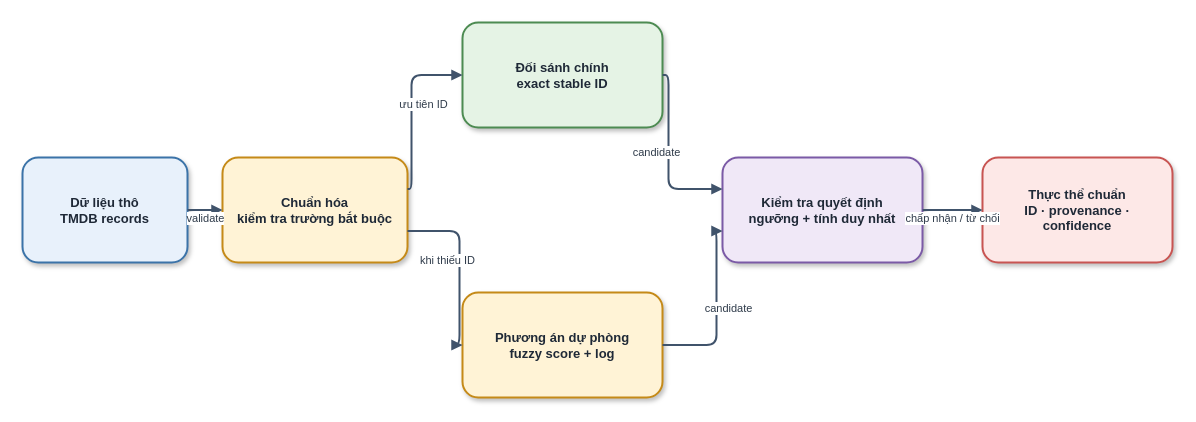
This is report_latex/images/sources/entity_resolution_flow.drawio from khanhhk/advanced_database, a draw.io file, before an edit. Source tidied: cells renumbered, new cells numbered last; positions are measured from the earlier drawing's top-left corner, leaving out a move shared by most shapes. Both pictures are drawn from the tidied source at 100%, with x=0, y=0 at pixel (22, 22).
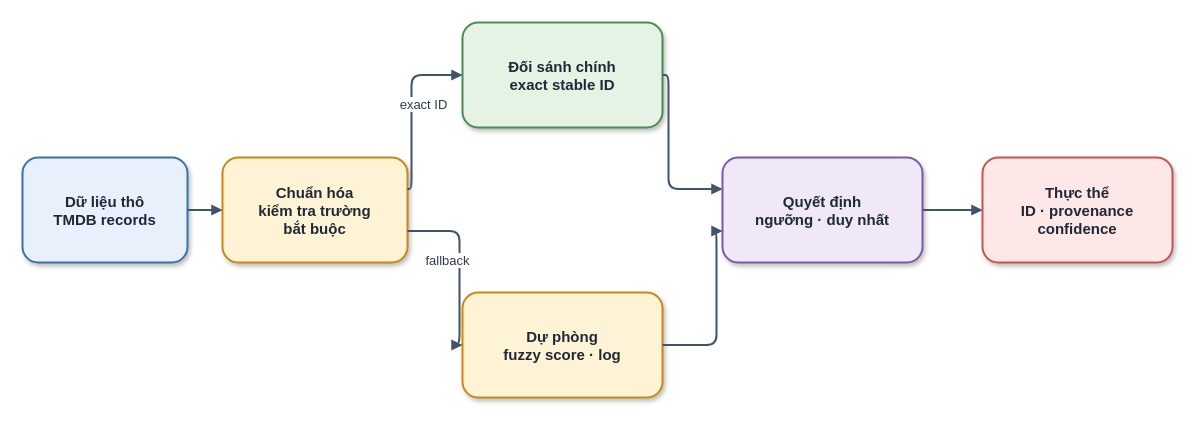
After the change.

Diff of the diagram source:
```diff
@@
-    <mxCell id="2" value="Dữ liệu thô&#10;TMDB records" style="rounded=1;whiteSpace=wrap;html=1;fillColor=#E8F1FB;strokeColor=#3B73A8;strokeWidth=2;fontSize=13;fontColor=#1F2937;fontStyle=1;spacing=8;shadow=1;" parent="1" vertex="1">
+    <mxCell id="2" value="Dữ liệu thô&#10;TMDB records" style="rounded=1;whiteSpace=wrap;html=1;fillColor=#E8F1FB;strokeColor=#3B73A8;strokeWidth=2;fontSize=15;fontColor=#1F2937;fontStyle=1;spacing=8;shadow=1;" parent="1" vertex="1">
       <mxGeometry y="135" width="165" height="105" as="geometry" />
     </mxCell>
-    <mxCell id="3" value="Chuẩn hóa&#10;kiểm tra trường bắt buộc" style="rounded=1;whiteSpace=wrap;html=1;fillColor=#FFF3D6;strokeColor=#C58A18;strokeWidth=2;fontSize=13;fontColor=#1F2937;fontStyle=1;spacing=8;shadow=1;" parent="1" vertex="1">
+    <mxCell id="3" value="Chuẩn hóa&#10;kiểm tra trường&#10;bắt buộc" style="rounded=1;whiteSpace=wrap;html=1;fillColor=#FFF3D6;strokeColor=#C58A18;strokeWidth=2;fontSize=15;fontColor=#1F2937;fontStyle=1;spacing=8;shadow=1;" parent="1" vertex="1">
       <mxGeometry x="200" y="135" width="185" height="105" as="geometry" />
     </mxCell>
-    <mxCell id="4" value="Đối sánh chính&#10;exact stable ID" style="rounded=1;whiteSpace=wrap;html=1;fillColor=#E5F3E5;strokeColor=#4D8B52;strokeWidth=2;fontSize=13;fontColor=#1F2937;fontStyle=1;spacing=8;shadow=1;" parent="1" vertex="1">
+    <mxCell id="4" value="Đối sánh chính&#10;exact stable ID" style="rounded=1;whiteSpace=wrap;html=1;fillColor=#E5F3E5;strokeColor=#4D8B52;strokeWidth=2;fontSize=15;fontColor=#1F2937;fontStyle=1;spacing=8;shadow=1;" parent="1" vertex="1">
       <mxGeometry x="440" width="200" height="105" as="geometry" />
     </mxCell>
-    <mxCell id="5" value="Phương án dự phòng&#10;fuzzy score + log" style="rounded=1;whiteSpace=wrap;html=1;fillColor=#FFF3D6;strokeColor=#C58A18;strokeWidth=2;fontSize=13;fontColor=#1F2937;fontStyle=1;spacing=8;shadow=1;" parent="1" vertex="1">
+    <mxCell id="5" value="Dự phòng&#10;fuzzy score · log" style="rounded=1;whiteSpace=wrap;html=1;fillColor=#FFF3D6;strokeColor=#C58A18;strokeWidth=2;fontSize=15;fontColor=#1F2937;fontStyle=1;spacing=8;shadow=1;" parent="1" vertex="1">
       <mxGeometry x="440" y="270" width="200" height="105" as="geometry" />
     </mxCell>
-    <mxCell id="6" value="Kiểm tra quyết định&#10;ngưỡng + tính duy nhất" style="rounded=1;whiteSpace=wrap;html=1;fillColor=#F0E8F7;strokeColor=#7B5AA6;strokeWidth=2;fontSize=13;fontColor=#1F2937;fontStyle=1;spacing=8;shadow=1;" parent="1" vertex="1">
+    <mxCell id="6" value="Quyết định&#10;ngưỡng · duy nhất" style="rounded=1;whiteSpace=wrap;html=1;fillColor=#F0E8F7;strokeColor=#7B5AA6;strokeWidth=2;fontSize=15;fontColor=#1F2937;fontStyle=1;spacing=8;shadow=1;" parent="1" vertex="1">
       <mxGeometry x="700" y="135" width="200" height="105" as="geometry" />
     </mxCell>
-    <mxCell id="7" value="Thực thể chuẩn&#10;ID · provenance · confidence" style="rounded=1;whiteSpace=wrap;html=1;fillColor=#FDE8E7;strokeColor=#C85452;strokeWidth=2;fontSize=13;fontColor=#1F2937;fontStyle=1;spacing=8;shadow=1;" parent="1" vertex="1">
+    <mxCell id="7" value="Thực thể&#10;ID · provenance&#10;confidence" style="rounded=1;whiteSpace=wrap;html=1;fillColor=#FDE8E7;strokeColor=#C85452;strokeWidth=2;fontSize=15;fontColor=#1F2937;fontStyle=1;spacing=8;shadow=1;" parent="1" vertex="1">
       <mxGeometry x="960" y="135" width="190" height="105" as="geometry" />
     </mxCell>
-    <mxCell id="8" value="validate" style="edgeStyle=orthogonalEdgeStyle;rounded=1;jettySize=auto;html=1;endArrow=block;endFill=1;strokeColor=#40536B;strokeWidth=2;fontSize=11;fontColor=#2F3B4A;labelBackgroundColor=#FFFFFF;spacingBottom=8;exitX=1;exitY=0.5;exitDx=0;exitDy=0;entryX=0;entryY=0.5;entryDx=0;entryDy=0;" parent="1" edge="1" source="2" target="3">
+    <mxCell id="8" style="edgeStyle=orthogonalEdgeStyle;rounded=1;jettySize=auto;html=1;endArrow=block;endFill=1;strokeColor=#40536B;strokeWidth=2;fontSize=13;fontColor=#2F3B4A;labelBackgroundColor=#FFFFFF;spacingBottom=8;exitX=1;exitY=0.5;exitDx=0;exitDy=0;entryX=0;entryY=0.5;entryDx=0;entryDy=0;" parent="1" edge="1" source="2" target="3">
       <mxGeometry y="-12" relative="1" as="geometry" />
     </mxCell>
-    <mxCell id="9" value="ưu tiên ID" style="edgeStyle=orthogonalEdgeStyle;rounded=1;jettySize=auto;html=1;endArrow=block;endFill=1;strokeColor=#40536B;strokeWidth=2;fontSize=11;fontColor=#2F3B4A;labelBackgroundColor=#FFFFFF;spacingBottom=8;exitX=1;exitY=0.30000000000000004;exitDx=0;exitDy=0;entryX=0;entryY=0.5;entryDx=0;entryDy=0;" parent="1" edge="1" source="3" target="4">
+    <mxCell id="9" value="exact ID" style="edgeStyle=orthogonalEdgeStyle;rounded=1;jettySize=auto;html=1;endArrow=block;endFill=1;strokeColor=#40536B;strokeWidth=2;fontSize=13;fontColor=#2F3B4A;labelBackgroundColor=#FFFFFF;spacingBottom=8;exitX=1;exitY=0.30000000000000004;exitDx=0;exitDy=0;entryX=0;entryY=0.5;entryDx=0;entryDy=0;" parent="1" edge="1" source="3" target="4">
       <mxGeometry y="-12" relative="1" as="geometry">
         <Array as="points">
           <mxPoint x="389" y="166" />
           <mxPoint x="389" y="52" />
         </Array>
       </mxGeometry>
     </mxCell>
-    <mxCell id="10" value="khi thiếu ID" style="edgeStyle=orthogonalEdgeStyle;rounded=1;jettySize=auto;html=1;endArrow=block;endFill=1;strokeColor=#40536B;strokeWidth=2;fontSize=11;fontColor=#2F3B4A;labelBackgroundColor=#FFFFFF;spacingBottom=8;exitX=1;exitY=0.7;exitDx=0;exitDy=0;entryX=0;entryY=0.5;entryDx=0;entryDy=0;" parent="1" edge="1" source="3" target="5">
+    <mxCell id="10" value="fallback" style="edgeStyle=orthogonalEdgeStyle;rounded=1;jettySize=auto;html=1;endArrow=block;endFill=1;strokeColor=#40536B;strokeWidth=2;fontSize=13;fontColor=#2F3B4A;labelBackgroundColor=#FFFFFF;spacingBottom=8;exitX=1;exitY=0.7;exitDx=0;exitDy=0;entryX=0;entryY=0.5;entryDx=0;entryDy=0;" parent="1" edge="1" source="3" target="5">
       <mxGeometry y="-12" relative="1" as="geometry">
         <Array as="points">
           <mxPoint x="437" y="208" />
           <mxPoint x="437" y="322" />
         </Array>
       </mxGeometry>
     </mxCell>
-    <mxCell id="11" value="candidate" style="edgeStyle=orthogonalEdgeStyle;rounded=1;jettySize=auto;html=1;endArrow=block;endFill=1;strokeColor=#40536B;strokeWidth=2;fontSize=11;fontColor=#2F3B4A;labelBackgroundColor=#FFFFFF;spacingBottom=8;exitX=1;exitY=0.5;exitDx=0;exitDy=0;entryX=0;entryY=0.30000000000000004;entryDx=0;entryDy=0;" parent="1" edge="1" source="4" target="6">
+    <mxCell id="11" style="edgeStyle=orthogonalEdgeStyle;rounded=1;jettySize=auto;html=1;endArrow=block;endFill=1;strokeColor=#40536B;strokeWidth=2;fontSize=13;fontColor=#2F3B4A;labelBackgroundColor=#FFFFFF;spacingBottom=8;exitX=1;exitY=0.5;exitDx=0;exitDy=0;entryX=0;entryY=0.30000000000000004;entryDx=0;entryDy=0;" parent="1" edge="1" source="4" target="6">
       <mxGeometry y="-12" relative="1" as="geometry">
         <Array as="points">
           <mxPoint x="646" y="52" />
           <mxPoint x="646" y="166" />
         </Array>
       </mxGeometry>
     </mxCell>
-    <mxCell id="12" value="candidate" style="edgeStyle=orthogonalEdgeStyle;rounded=1;jettySize=auto;html=1;endArrow=block;endFill=1;strokeColor=#40536B;strokeWidth=2;fontSize=11;fontColor=#2F3B4A;labelBackgroundColor=#FFFFFF;spacingBottom=8;exitX=1;exitY=0.5;exitDx=0;exitDy=0;entryX=0;entryY=0.7;entryDx=0;entryDy=0;" parent="1" edge="1" source="5" target="6">
+    <mxCell id="12" style="edgeStyle=orthogonalEdgeStyle;rounded=1;jettySize=auto;html=1;endArrow=block;endFill=1;strokeColor=#40536B;strokeWidth=2;fontSize=13;fontColor=#2F3B4A;labelBackgroundColor=#FFFFFF;spacingBottom=8;exitX=1;exitY=0.5;exitDx=0;exitDy=0;entryX=0;entryY=0.7;entryDx=0;entryDy=0;" parent="1" edge="1" source="5" target="6">
       <mxGeometry y="-12" relative="1" as="geometry">
         <Array as="points">
           <mxPoint x="694" y="322" />
           <mxPoint x="694" y="208" />
         </Array>
       </mxGeometry>
     </mxCell>
-    <mxCell id="13" value="chấp nhận / từ chối" style="edgeStyle=orthogonalEdgeStyle;rounded=1;jettySize=auto;html=1;endArrow=block;endFill=1;strokeColor=#40536B;strokeWidth=2;fontSize=11;fontColor=#2F3B4A;labelBackgroundColor=#FFFFFF;spacingBottom=8;exitX=1;exitY=0.5;exitDx=0;exitDy=0;entryX=0;entryY=0.5;entryDx=0;entryDy=0;" parent="1" edge="1" source="6" target="7">
+    <mxCell id="13" style="edgeStyle=orthogonalEdgeStyle;rounded=1;jettySize=auto;html=1;endArrow=block;endFill=1;strokeColor=#40536B;strokeWidth=2;fontSize=13;fontColor=#2F3B4A;labelBackgroundColor=#FFFFFF;spacingBottom=8;exitX=1;exitY=0.5;exitDx=0;exitDy=0;entryX=0;entryY=0.5;entryDx=0;entryDy=0;" parent="1" edge="1" source="6" target="7">
       <mxGeometry y="-12" relative="1" as="geometry" />
     </mxCell>
```
